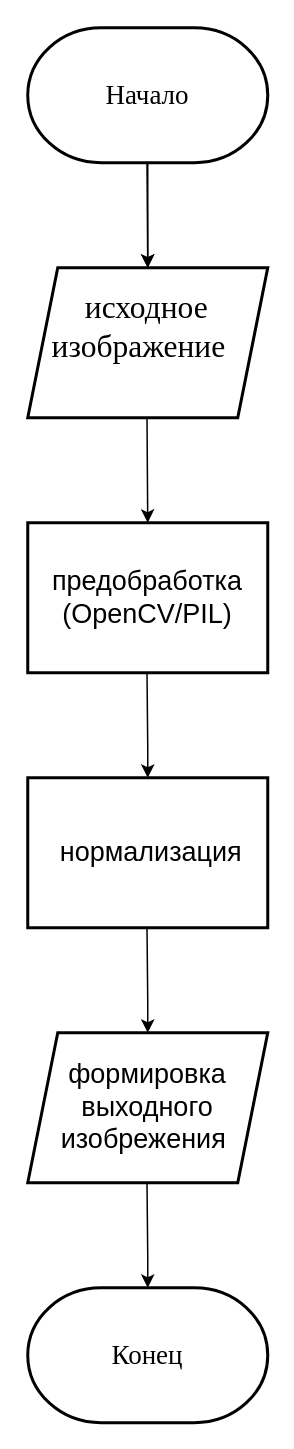
Before: Untitled Diagram.drawio in Ali1996408/-1, a draw.io diagram. Source tidied: cells renumbered, new cells numbered last; positions are measured from the earlier drawing's top-left corner, leaving out a move shared by most shapes. Both pictures are drawn from the tidied source at 150%, with x=0, y=0 at pixel (27, 27).
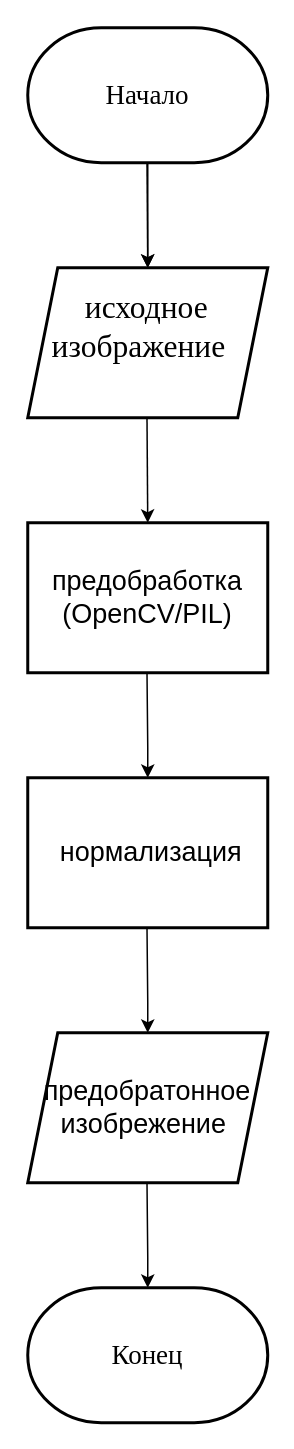
The same page after the edit.

What changed in the source:
```diff
@@
-    <mxCell id="15" value="&lt;font style=&quot;font-size: 18px; color: light-dark(rgb(0, 0, 0), rgb(0, 0, 0));&quot;&gt;формировка&lt;/font&gt;&lt;div style=&quot;font-size: 18px;&quot;&gt;&lt;font style=&quot;color: light-dark(rgb(0, 0, 0), rgb(0, 0, 0));&quot;&gt;выходного изобрежения&amp;nbsp;&lt;/font&gt;&lt;/div&gt;" style="shape=parallelogram;perimeter=parallelogramPerimeter;whiteSpace=wrap;html=1;fixedSize=1;fillColor=light-dark(#FFFFFF,#FCFCFC);strokeColor=light-dark(#000000,#010101);strokeWidth=2;" parent="1" vertex="1">
+    <mxCell id="15" value="&lt;div style=&quot;font-size: 18px;&quot;&gt;&lt;font style=&quot;color: light-dark(rgb(0, 0, 0), rgb(0, 0, 0));&quot;&gt;предобратонное изобрежение&amp;nbsp;&lt;/font&gt;&lt;/div&gt;" style="shape=parallelogram;perimeter=parallelogramPerimeter;whiteSpace=wrap;html=1;fixedSize=1;fillColor=light-dark(#FFFFFF,#FCFCFC);strokeColor=light-dark(#000000,#010101);strokeWidth=2;" parent="1" vertex="1">
       <mxGeometry y="670" width="160" height="100" as="geometry" />
     </mxCell>
```
